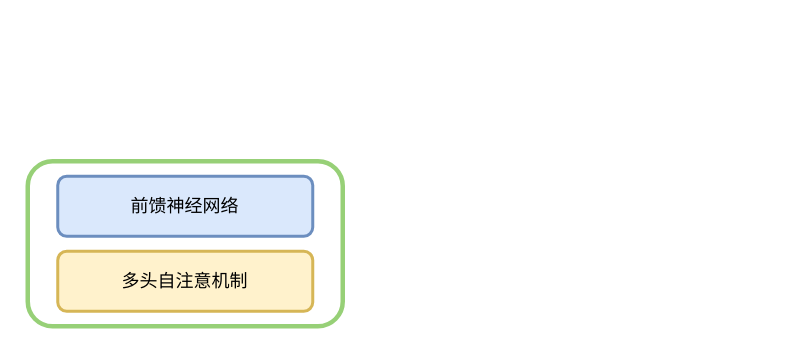
balllightnings/balllightnings.github.io keeps this draw.io diagram as 未命名绘图.drawio. Above is the earlier version. Source tidied: cells renumbered, new cells numbered last; positions are measured from the earlier drawing's top-left corner, leaving out a move shared by most shapes. Both pictures are drawn from the tidied source at 150%, with x=0, y=0 at pixel (27, 160).
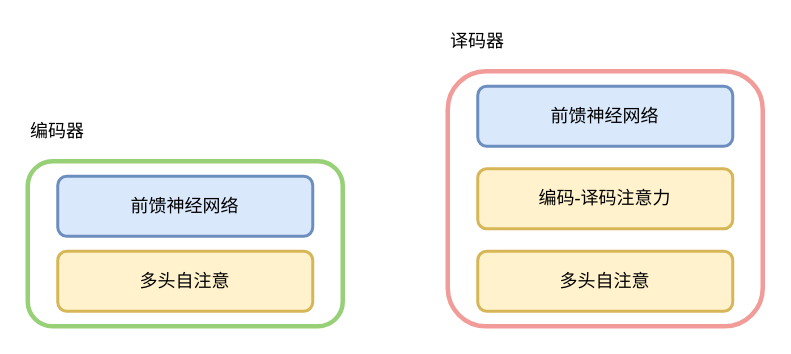
After the change.

Commit message (it also covers changes not shown here):
更新未命名绘图.drawio

Change to the diagram source:
```diff
@@
 <mxGraphModel>
   <root>
     <mxCell id="0" />
     <mxCell id="1" parent="0" />
     <mxCell id="2" style="rounded=1;whiteSpace=wrap;html=1;strokeWidth=3;strokeColor=#97D077;" parent="1" vertex="1">
       <mxGeometry width="210" height="110" as="geometry" />
     </mxCell>
     <mxCell id="3" value="前馈神经网络" style="rounded=1;whiteSpace=wrap;html=1;strokeWidth=2;fillColor=#dae8fc;strokeColor=#6c8ebf;" parent="1" vertex="1">
       <mxGeometry x="20" y="10" width="170" height="40" as="geometry" />
     </mxCell>
-    <mxCell id="4" value="多头自注意机制" style="rounded=1;whiteSpace=wrap;html=1;strokeWidth=2;fillColor=#fff2cc;strokeColor=#d6b656;" parent="1" vertex="1">
+    <mxCell id="4" value="多头自注意" style="rounded=1;whiteSpace=wrap;html=1;strokeWidth=2;fillColor=#fff2cc;strokeColor=#d6b656;" parent="1" vertex="1">
       <mxGeometry x="20" y="60" width="170" height="40" as="geometry" />
     </mxCell>
+    <mxCell id="5" style="rounded=1;whiteSpace=wrap;html=1;strokeWidth=3;strokeColor=#F19C99;" parent="1" vertex="1">
+      <mxGeometry x="280" y="-60" width="210" height="170" as="geometry" />
+    </mxCell>
+    <mxCell id="6" value="前馈神经网络" style="rounded=1;whiteSpace=wrap;html=1;strokeWidth=2;fillColor=#dae8fc;strokeColor=#6c8ebf;" parent="1" vertex="1">
+      <mxGeometry x="300" y="-50" width="170" height="40" as="geometry" />
+    </mxCell>
+    <mxCell id="7" value="多头自注意" style="rounded=1;whiteSpace=wrap;html=1;strokeWidth=2;fillColor=#fff2cc;strokeColor=#d6b656;" parent="1" vertex="1">
+      <mxGeometry x="300" y="60" width="170" height="40" as="geometry" />
+    </mxCell>
+    <mxCell id="8" value="&lt;font style=&quot;font-size: 12px&quot;&gt;&lt;span&gt;编码&lt;/span&gt;&lt;span style=&quot;font-family: &amp;#34;times new roman&amp;#34; , serif&quot; lang=&quot;EN-US&quot;&gt;-&lt;/span&gt;&lt;span&gt;译码注意力&lt;/span&gt;&lt;/font&gt;" style="rounded=1;whiteSpace=wrap;html=1;strokeWidth=2;fillColor=#fff2cc;strokeColor=#d6b656;" parent="1" vertex="1">
+      <mxGeometry x="300" y="5" width="170" height="40" as="geometry" />
+    </mxCell>
+    <mxCell id="9" value="编码器" style="text;html=1;strokeColor=none;fillColor=none;align=center;verticalAlign=middle;whiteSpace=wrap;rounded=0;" parent="1" vertex="1">
+      <mxGeometry y="-30" width="40" height="20" as="geometry" />
+    </mxCell>
+    <mxCell id="10" value="译码器" style="text;html=1;strokeColor=none;fillColor=none;align=center;verticalAlign=middle;whiteSpace=wrap;rounded=0;" parent="1" vertex="1">
+      <mxGeometry x="280" y="-90" width="40" height="20" as="geometry" />
+    </mxCell>
   </root>
 </mxGraphModel>
```
